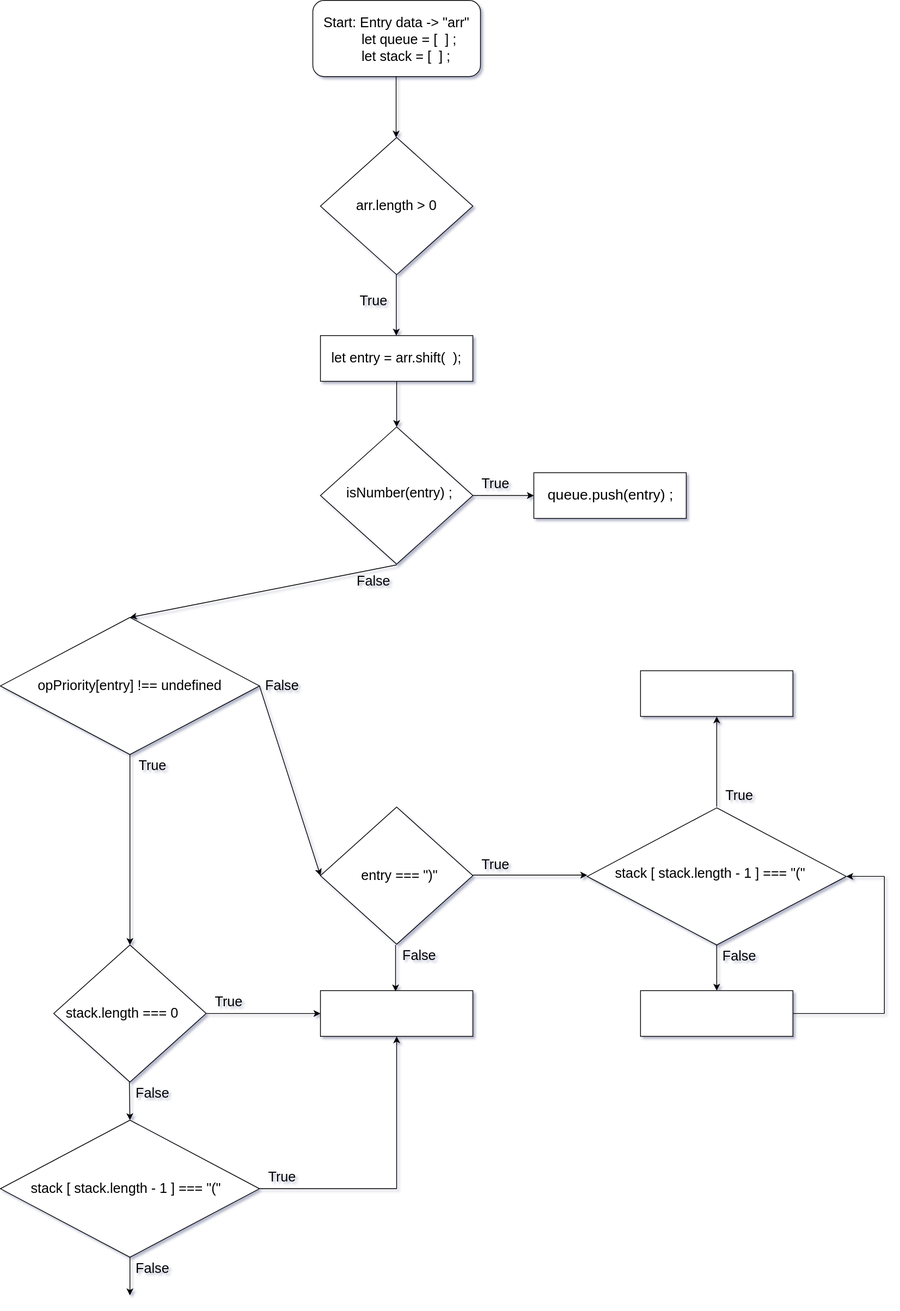
Earlier version of the draw.io export Untitled Diagram.drawio.svg (jcgm3205/jcgm3205). Source tidied: cells renumbered, new cells last; positions are measured from the earlier drawing's top-left corner, leaving out a move shared by most shapes.
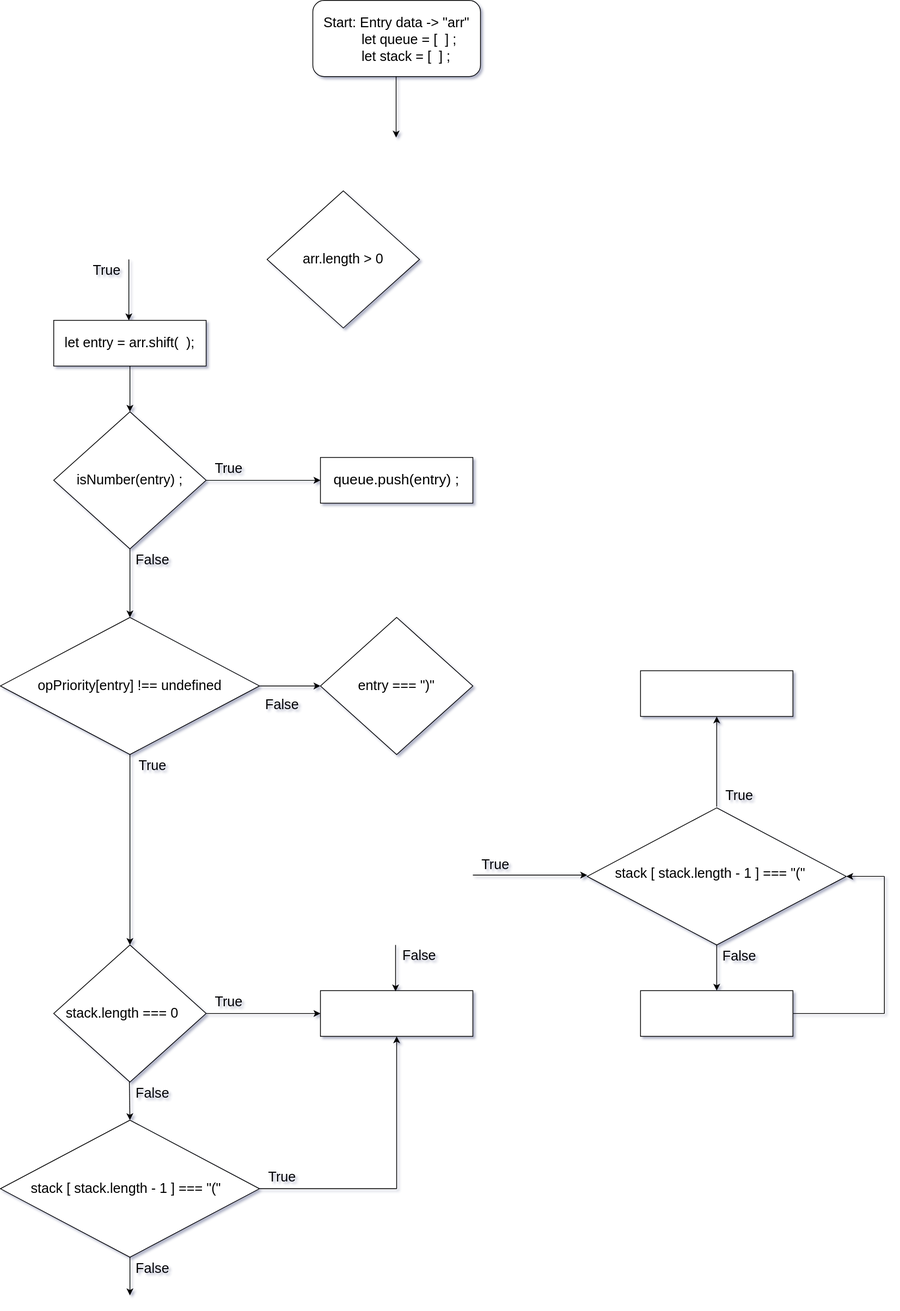
After the change.

What changed in the source:
```diff
@@ -15,39 +15,37 @@
       </mxGeometry>
     </mxCell>
     <mxCell id="5" style="rhombus;whiteSpace=wrap;html=1;fontSize=14;" parent="1" vertex="1">
-      <mxGeometry x="420" y="180" width="200" height="180" as="geometry" />
+      <mxGeometry x="350" y="250" width="200" height="180" as="geometry" />
     </mxCell>
     <mxCell id="6" value="&lt;font style=&quot;font-size: 18px&quot;&gt;arr.length &amp;gt; 0&lt;/font&gt;" style="text;html=1;strokeColor=none;fillColor=none;align=center;verticalAlign=middle;whiteSpace=wrap;rounded=0;fontSize=14;" parent="1" vertex="1">
-      <mxGeometry x="460" y="220" width="120" height="100" as="geometry" />
+      <mxGeometry x="390" y="290" width="120" height="100" as="geometry" />
     </mxCell>
     <mxCell id="7" style="endArrow=classic;html=1;rounded=0;fontSize=14;" parent="1" edge="1">
       <mxGeometry relative="1" as="geometry">
-        <mxPoint x="519.5" y="360" as="sourcePoint" />
-        <mxPoint x="519.5" y="440" as="targetPoint" />
+        <mxPoint x="168.6" y="340" as="sourcePoint" />
+        <mxPoint x="168.6" y="420" as="targetPoint" />
       </mxGeometry>
     </mxCell>
     <mxCell id="8" value="True" style="text;html=1;strokeColor=none;fillColor=none;align=center;verticalAlign=middle;whiteSpace=wrap;rounded=0;fontSize=18;" parent="1" vertex="1">
-      <mxGeometry x="460" y="380" width="60" height="30" as="geometry" />
+      <mxGeometry x="110" y="340" width="60" height="30" as="geometry" />
     </mxCell>
     <mxCell id="9" style="rounded=0;whiteSpace=wrap;html=1;fontSize=18;" parent="1" vertex="1">
-      <mxGeometry x="420" y="440" width="200" height="60" as="geometry" />
+      <mxGeometry x="70" y="420" width="200" height="60" as="geometry" />
     </mxCell>
     <mxCell id="10" value="let entry = arr.shift(&amp;nbsp; );" style="text;html=1;strokeColor=none;fillColor=none;align=center;verticalAlign=middle;whiteSpace=wrap;rounded=0;fontSize=18;" parent="1" vertex="1">
-      <mxGeometry x="420" y="440" width="200" height="60" as="geometry" />
+      <mxGeometry x="70" y="420" width="200" height="60" as="geometry" />
     </mxCell>
     <mxCell id="11" style="rhombus;whiteSpace=wrap;html=1;fontSize=14;" parent="1" vertex="1">
-      <mxGeometry x="420" y="560" width="200" height="180" as="geometry" />
+      <mxGeometry x="70" y="540" width="200" height="180" as="geometry" />
     </mxCell>
     <mxCell id="12" value="isNumber(entry) ;" style="text;html=1;strokeColor=none;fillColor=none;align=center;verticalAlign=middle;whiteSpace=wrap;rounded=0;fontSize=18;" parent="1" vertex="1">
-      <mxGeometry x="444" y="597" width="160" height="100" as="geometry" />
+      <mxGeometry x="90" y="580" width="160" height="100" as="geometry" />
     </mxCell>
-    <mxCell id="13" style="endArrow=classic;html=1;rounded=0;fontSize=18;entryX=0.5;entryY=0;entryDx=0;entryDy=0;" parent="1" edge="1" target="15">
-      <mxGeometry relative="1" as="geometry">
-        <mxPoint x="520" y="741" as="sourcePoint" />
-      </mxGeometry>
+    <mxCell id="13" style="endArrow=classic;html=1;rounded=0;fontSize=18;entryX=0.5;entryY=0;entryDx=0;entryDy=0;exitX=0.5;exitY=1;exitDx=0;exitDy=0;" parent="1" edge="1" source="11" target="15">
+      <mxGeometry relative="1" as="geometry" />
     </mxCell>
     <mxCell id="14" value="False" style="text;html=1;strokeColor=none;fillColor=none;align=center;verticalAlign=middle;whiteSpace=wrap;rounded=0;fontSize=18;" parent="1" vertex="1">
-      <mxGeometry x="460" y="748" width="60" height="30" as="geometry" />
+      <mxGeometry x="170" y="720" width="60" height="30" as="geometry" />
     </mxCell>
     <mxCell id="15" style="rhombus;whiteSpace=wrap;html=1;fontSize=14;" parent="1" vertex="1">
       <mxGeometry y="810" width="340" height="180" as="geometry" />
@@ -60,36 +58,35 @@
     </mxCell>
     <mxCell id="18" style="endArrow=classic;html=1;rounded=0;" parent="1" edge="1">
       <mxGeometry relative="1" as="geometry">
-        <mxPoint x="520" y="500" as="sourcePoint" />
-        <mxPoint x="520" y="560" as="targetPoint" />
+        <mxPoint x="170" y="480" as="sourcePoint" />
+        <mxPoint x="170" y="540" as="targetPoint" />
       </mxGeometry>
     </mxCell>
-    <mxCell id="19" style="endArrow=classic;html=1;rounded=0;" parent="1" edge="1">
+    <mxCell id="19" style="endArrow=classic;html=1;rounded=0;entryX=0;entryY=0.5;entryDx=0;entryDy=0;" parent="1" edge="1" target="22">
       <mxGeometry relative="1" as="geometry">
-        <mxPoint x="620" y="650" as="sourcePoint" />
-        <mxPoint x="700" y="650" as="targetPoint" />
+        <mxPoint x="270" y="630" as="sourcePoint" />
       </mxGeometry>
     </mxCell>
     <mxCell id="20" value="True" style="text;html=1;strokeColor=none;fillColor=none;align=center;verticalAlign=middle;whiteSpace=wrap;rounded=0;fontSize=18;" parent="1" vertex="1">
-      <mxGeometry x="620" y="620" width="60" height="30" as="geometry" />
+      <mxGeometry x="270" y="600" width="60" height="30" as="geometry" />
     </mxCell>
     <mxCell id="21" style="rounded=0;whiteSpace=wrap;html=1;" parent="1" vertex="1">
-      <mxGeometry x="700" y="620" width="200" height="60" as="geometry" />
+      <mxGeometry x="420" y="600" width="200" height="60" as="geometry" />
     </mxCell>
     <mxCell id="22" value="&lt;font style=&quot;font-size: 19px&quot;&gt;queue.push(entry) ;&lt;/font&gt;" style="text;html=1;strokeColor=none;fillColor=none;align=center;verticalAlign=middle;whiteSpace=wrap;rounded=0;" parent="1" vertex="1">
-      <mxGeometry x="701" y="620" width="200" height="60" as="geometry" />
+      <mxGeometry x="420" y="600" width="200" height="60" as="geometry" />
     </mxCell>
     <mxCell id="23" style="endArrow=classic;html=1;rounded=0;fontSize=18;entryX=0;entryY=0.5;entryDx=0;entryDy=0;exitX=1;exitY=0.5;exitDx=0;exitDy=0;" parent="1" edge="1" source="15" target="24">
       <mxGeometry relative="1" as="geometry" />
     </mxCell>
     <mxCell id="24" style="rhombus;whiteSpace=wrap;html=1;fontSize=14;" parent="1" vertex="1">
-      <mxGeometry x="420" y="1059" width="200" height="180" as="geometry" />
+      <mxGeometry x="420" y="810" width="200" height="180" as="geometry" />
     </mxCell>
     <mxCell id="25" value="entry === &quot;)&quot;" style="text;html=1;strokeColor=none;fillColor=none;align=center;verticalAlign=middle;whiteSpace=wrap;rounded=0;fontSize=18;" parent="1" vertex="1">
-      <mxGeometry x="444" y="1099" width="160" height="100" as="geometry" />
+      <mxGeometry x="440" y="850" width="160" height="100" as="geometry" />
     </mxCell>
     <mxCell id="26" value="False" style="text;html=1;strokeColor=none;fillColor=none;align=center;verticalAlign=middle;whiteSpace=wrap;rounded=0;fontSize=18;" parent="1" vertex="1">
-      <mxGeometry x="340" y="885" width="60" height="30" as="geometry" />
+      <mxGeometry x="340" y="910" width="60" height="30" as="geometry" />
     </mxCell>
     <mxCell id="27" value="False" style="text;html=1;strokeColor=none;fillColor=none;align=center;verticalAlign=middle;whiteSpace=wrap;rounded=0;fontSize=18;" parent="1" vertex="1">
       <mxGeometry x="520" y="1239" width="60" height="30" as="geometry" />
```
